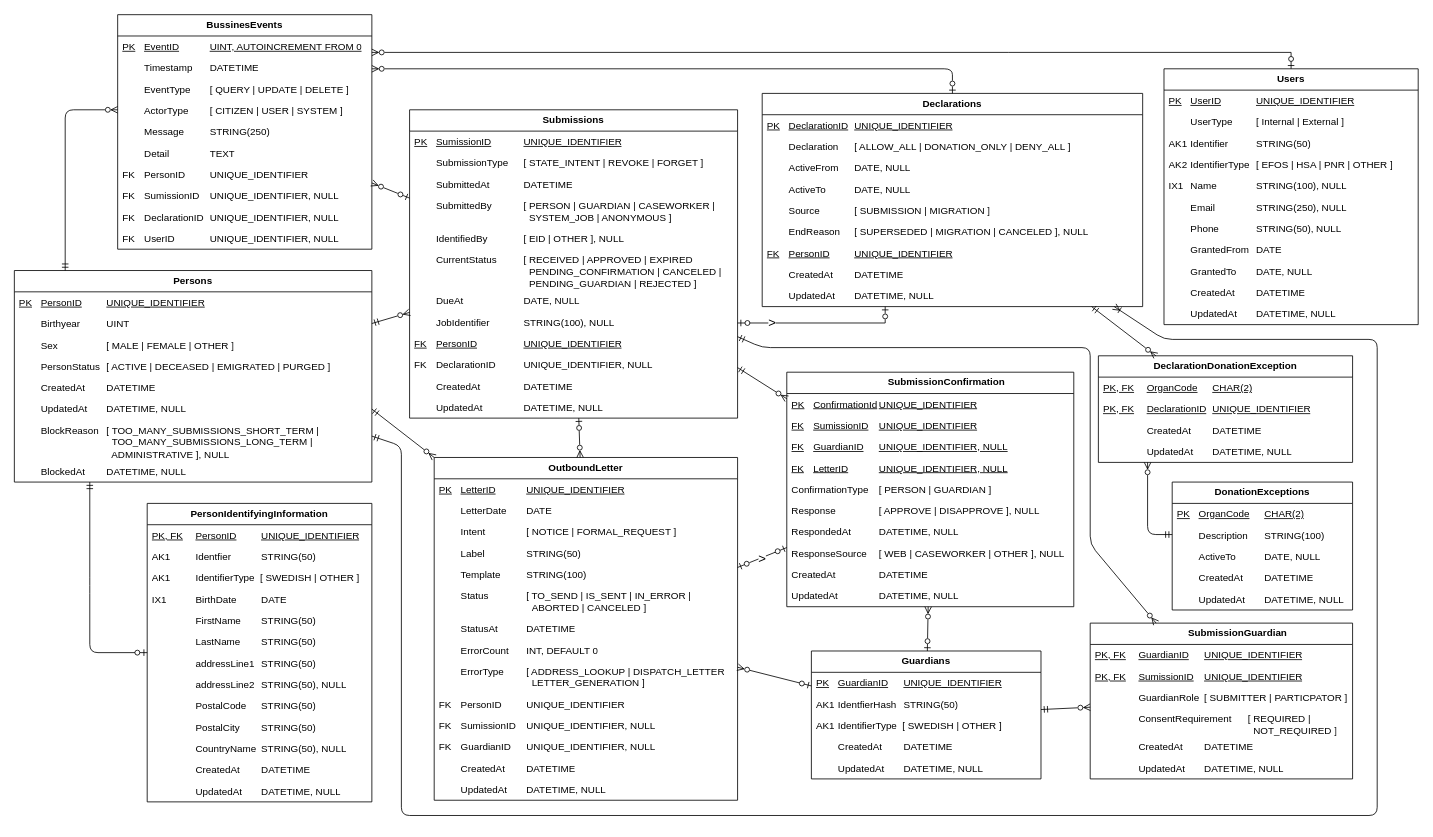
The draw.io diagram page "Liggande Logisk modell" (9 of 9) of Donationsregister.drawio in bhagqvist-consid/ICD11, before the edit. Source tidied: cells renumbered, new cells numbered last; positions are measured from the earlier drawing's top-left corner, leaving out a move shared by most shapes. Both pictures are drawn from the tidied source at 82%, with x=0, y=0 at pixel (14, 14).
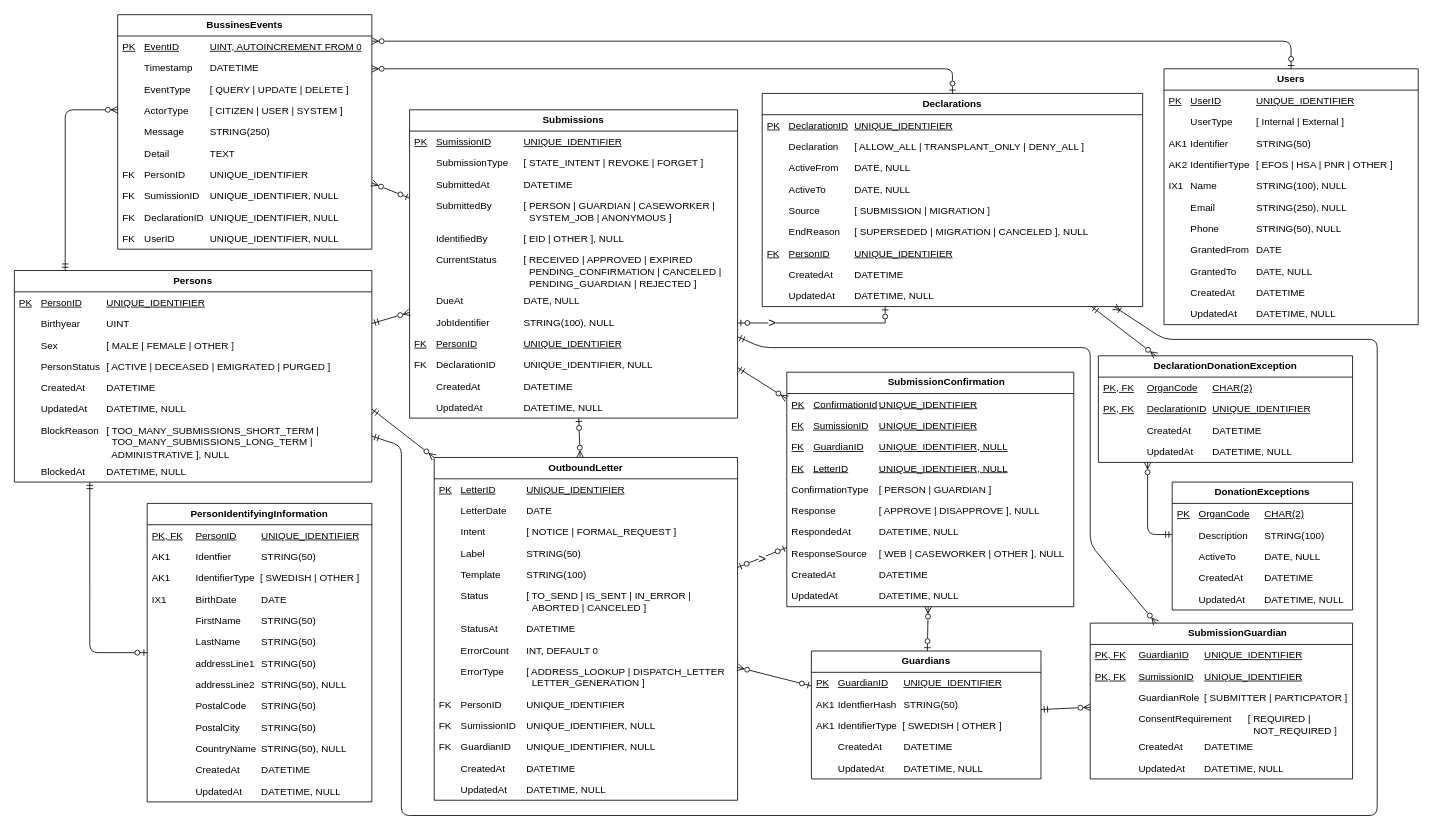
The same diagram, later.

The change refers to these unchanged cells:
```xml
<mxCell id="24" value="Declarations" style="swimlane;fontStyle=1;horizontal=1;startSize=26;fillColor=none;whiteSpace=wrap;html=1;" parent="1" vertex="1">
  <mxGeometry x="912" y="96.4" width="464" height="260" as="geometry" />
</mxCell>
<mxCell id="69" value="BussinesEvents" style="swimlane;fontStyle=1;horizontal=1;startSize=26;fillColor=none;whiteSpace=wrap;html=1;" parent="1" vertex="1">
  <mxGeometry x="126" y="0.4" width="310" height="286" as="geometry" />
</mxCell>
<mxCell id="80" value="Users" style="swimlane;fontStyle=1;horizontal=1;startSize=26;fillColor=none;whiteSpace=wrap;html=1;" parent="1" vertex="1">
  <mxGeometry x="1402" y="66.4" width="310" height="312" as="geometry" />
</mxCell>
```

The edit, as a diff of the source:
```diff
@@
-    <mxCell id="26" value="&lt;span style=&quot;white-space: pre;&quot;&gt;&#9;&lt;/span&gt;Declaration&lt;span style=&quot;white-space: pre;&quot;&gt;&#9;&lt;/span&gt;[ ALLOW_ALL | DONATION_ONLY&amp;nbsp;|&amp;nbsp;DENY_ALL ]" style="text;strokeColor=none;fillColor=none;align=left;verticalAlign=top;spacingLeft=4;spacingRight=4;overflow=hidden;whiteSpace=wrap;html=1;" parent="24" vertex="1">
+    <mxCell id="26" value="&lt;span style=&quot;white-space: pre;&quot;&gt;&#9;&lt;/span&gt;Declaration&lt;span style=&quot;white-space: pre;&quot;&gt;&#9;&lt;/span&gt;[ ALLOW_ALL | TRANSPLANT_ONLY&amp;nbsp;|&amp;nbsp;DENY_ALL ]" style="text;strokeColor=none;fillColor=none;align=left;verticalAlign=top;spacingLeft=4;spacingRight=4;overflow=hidden;whiteSpace=wrap;html=1;" parent="24" vertex="1">
       <mxGeometry y="52" width="464" height="26" as="geometry" />
     </mxCell>
@@
-    <mxCell id="120" style="fontSize=12;html=1;endArrow=ERzeroToOne;startArrow=ERzeroToMany;rounded=0;startFill=0;edgeStyle=orthogonalEdgeStyle;" parent="1" edge="1" source="69" target="80">
+    <mxCell id="120" style="fontSize=12;html=1;endArrow=ERzeroToOne;startArrow=ERzeroToMany;rounded=1;startFill=0;edgeStyle=orthogonalEdgeStyle;curved=0;" parent="1" edge="1" source="69" target="80">
       <mxGeometry relative="1" as="geometry">
         <Array as="points">
-          <mxPoint x="1212" y="46.4" />
-          <mxPoint x="1212" y="46.4" />
+          <mxPoint x="1557" y="32.7" />
         </Array>
       </mxGeometry>
     </mxCell>
```
